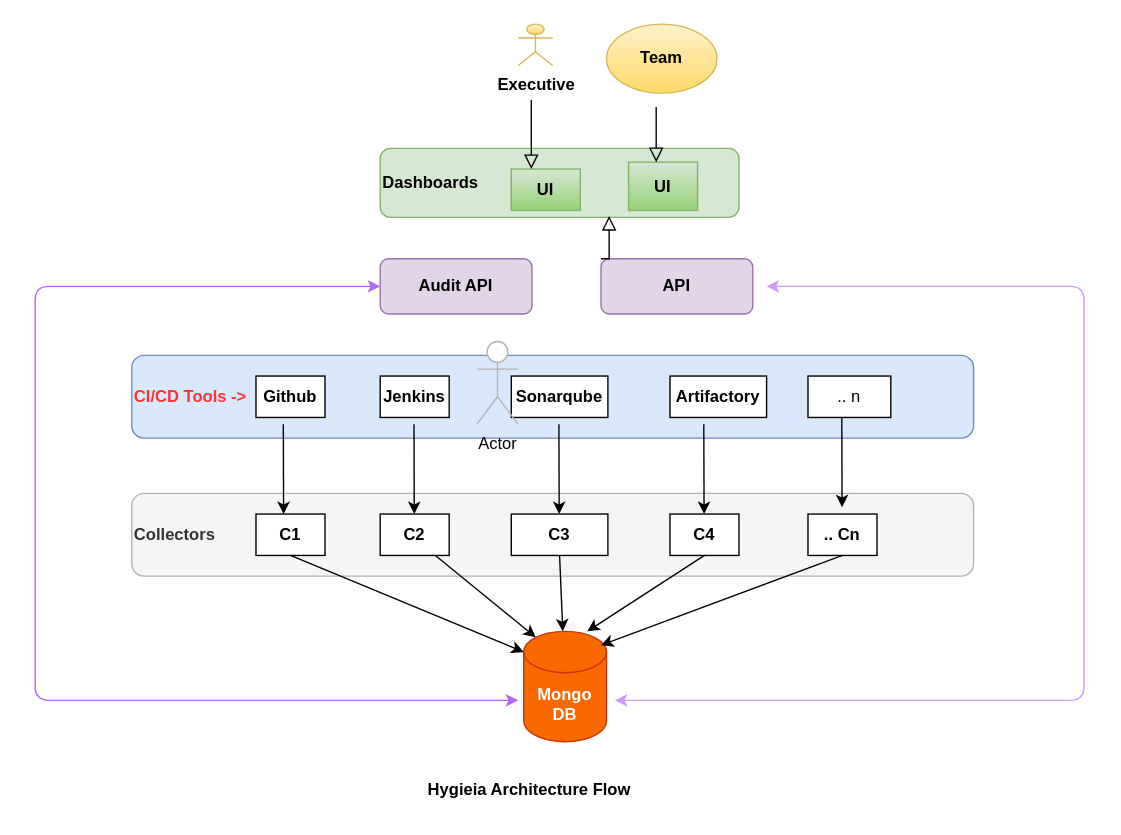
Earlier version of the draw.io diagram Untitled Diagram.drawio (anup466/katacoda-scenarios). Source tidied: cells renumbered, new cells numbered last; positions are measured from the earlier drawing's top-left corner, leaving out a move shared by most shapes. Both pictures are drawn from the tidied source at 138%, with x=0, y=0 at pixel (34, 23).
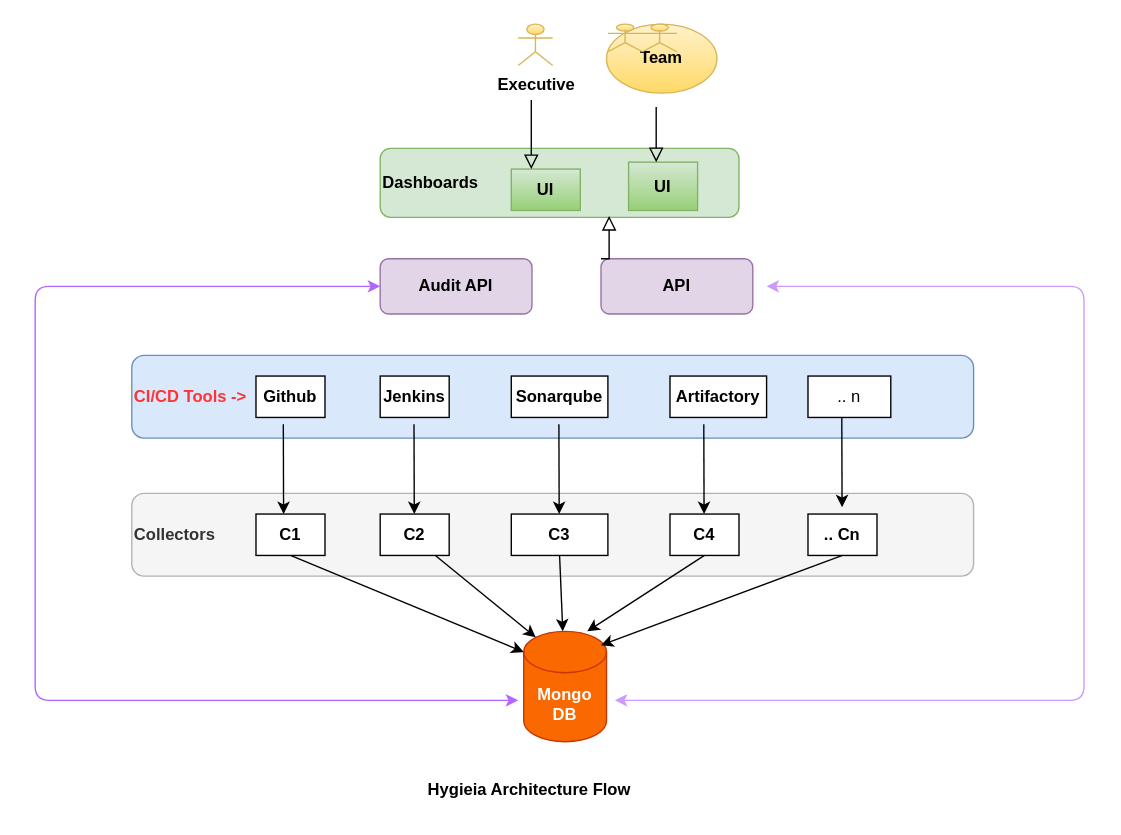
Above is the later version.

Change to the diagram source:
```diff
@@
-    <mxCell id="33" value="Actor" style="shape=umlActor;verticalLabelPosition=bottom;verticalAlign=top;html=1;strokeColor=#B3B3B3;" parent="1" vertex="1">
-      <mxGeometry x="320" y="230" width="30" height="60" as="geometry" />
-    </mxCell>
@@
+    <mxCell id="39" style="shape=umlActor;verticalLabelPosition=bottom;verticalAlign=top;html=1;strokeColor=#d6b656;gradientColor=#ffd966;fillColor=#fff2cc;fontStyle=1;" parent="1" vertex="1">
+      <mxGeometry x="415" width="25" height="20" as="geometry" />
+    </mxCell>
+    <mxCell id="40" style="shape=umlActor;verticalLabelPosition=bottom;verticalAlign=top;html=1;strokeColor=#d6b656;gradientColor=#ffd966;fillColor=#fff2cc;fontStyle=1;" parent="1" vertex="1">
+      <mxGeometry x="440" width="25" height="20" as="geometry" />
+    </mxCell>
```
